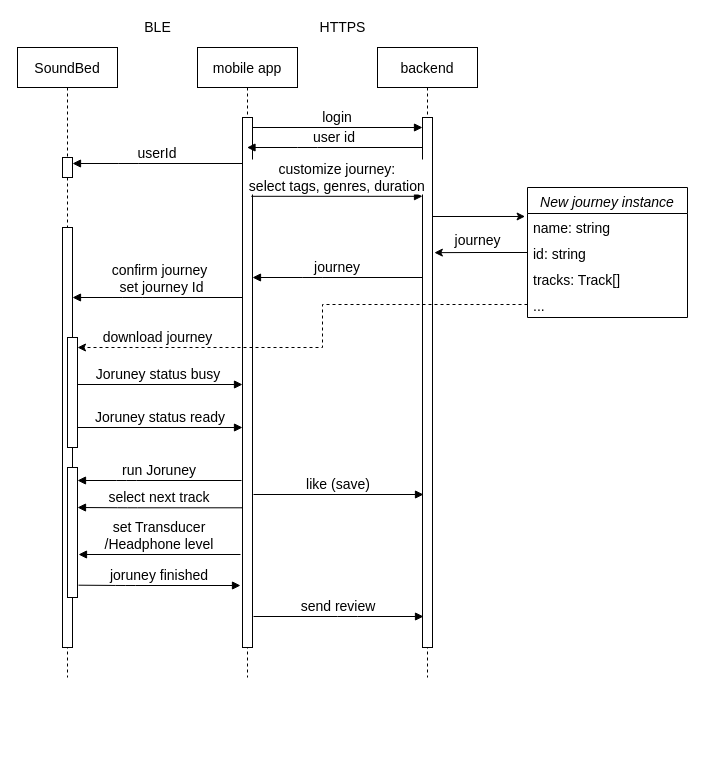
Earlier version of the draw.io diagram opus.drawio (zakharov-dy/diagrams). Source tidied: cells renumbered, new cells numbered last; positions are measured from the earlier drawing's top-left corner, leaving out a move shared by most shapes. Both pictures are drawn from the tidied source at 100%, with x=0, y=0 at pixel (17, 17).
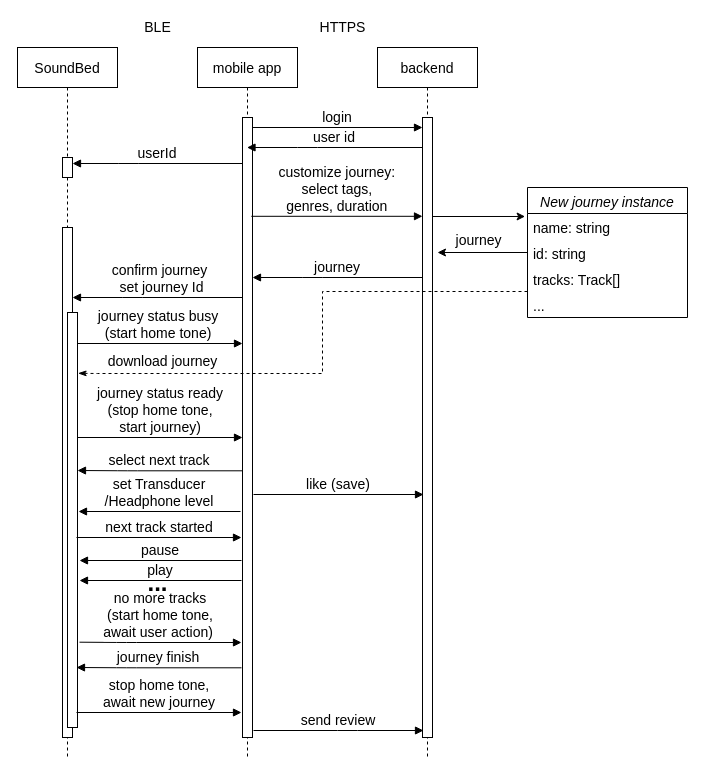
The same diagram, later.

The change refers to these unchanged cells:
```xml
<mxCell id="22" value="id: string&#10;...................." style="text;align=left;verticalAlign=top;spacingLeft=4;spacingRight=4;overflow=hidden;points=[[0,0.5],[1,0.5]];portConstraint=eastwest;rounded=0;shadow=0;html=0;fontSize=14;" parent="20" vertex="1">
  <mxGeometry y="52" width="160" height="26" as="geometry" />
</mxCell>
<mxCell id="24" value="..." style="text;align=left;verticalAlign=top;spacingLeft=4;spacingRight=4;overflow=hidden;points=[[0,0.5],[1,0.5]];portConstraint=eastwest;fontSize=14;" parent="20" vertex="1">
  <mxGeometry y="104" width="160" height="26" as="geometry" />
</mxCell>
```

The edit, as a diff of the source:
```diff
@@
     <mxCell id="2" value="SoundBed" style="shape=umlLifeline;perimeter=lifelinePerimeter;rounded=0;shadow=0;strokeWidth=1;fontSize=14;" parent="1" vertex="1">
-      <mxGeometry y="30" width="100" height="630" as="geometry" />
+      <mxGeometry y="30" width="100" height="710" as="geometry" />
     </mxCell>
     <mxCell id="3" style="perimeter=orthogonalPerimeter;rounded=0;shadow=0;strokeWidth=1;fontSize=14;" parent="2" vertex="1">
-      <mxGeometry x="45" y="180" width="10" height="420" as="geometry" />
+      <mxGeometry x="45" y="180" width="10" height="510" as="geometry" />
     </mxCell>
@@
-    <mxCell id="7" style="perimeter=orthogonalPerimeter;rounded=0;shadow=0;strokeWidth=1;fontSize=14;" parent="2" vertex="1">
-      <mxGeometry x="50" y="290" width="10" height="110" as="geometry" />
-    </mxCell>
     <mxCell id="8" value="mobile app" style="shape=umlLifeline;perimeter=lifelinePerimeter;rounded=0;shadow=0;strokeWidth=1;fontSize=14;" parent="1" vertex="1">
-      <mxGeometry x="180" y="30" width="100" height="630" as="geometry" />
+      <mxGeometry x="180" y="30" width="100" height="710" as="geometry" />
     </mxCell>
     <mxCell id="9" style="perimeter=orthogonalPerimeter;rounded=0;shadow=0;strokeWidth=1;fontSize=14;" parent="8" vertex="1">
-      <mxGeometry x="45" y="70" width="10" height="530" as="geometry" />
+      <mxGeometry x="45" y="70" width="10" height="620" as="geometry" />
     </mxCell>
-    <mxCell id="10" value="Joruney status busy " style="verticalAlign=bottom;endArrow=block;entryX=0;entryY=0;shadow=0;strokeWidth=1;fontSize=14;" parent="8" edge="1">
+    <mxCell id="10" value="journey status busy &#10;(start home tone) " style="verticalAlign=bottom;endArrow=block;entryX=0;entryY=0;shadow=0;strokeWidth=1;fontSize=14;" parent="8" edge="1">
       <mxGeometry relative="1" as="geometry">
-        <mxPoint x="-120" y="337" as="sourcePoint" />
-        <mxPoint x="45" y="337" as="targetPoint" />
+        <mxPoint x="-120" y="296" as="sourcePoint" />
+        <mxPoint x="45" y="296" as="targetPoint" />
       </mxGeometry>
     </mxCell>
     <mxCell id="11" value="select next track" style="verticalAlign=bottom;endArrow=block;shadow=0;strokeWidth=1;fontSize=14;" parent="8" edge="1">
       <mxGeometry relative="1" as="geometry">
-        <mxPoint x="45" y="460.3" as="sourcePoint" />
-        <mxPoint x="-120" y="460" as="targetPoint" />
+        <mxPoint x="45" y="423.3" as="sourcePoint" />
+        <mxPoint x="-120" y="423" as="targetPoint" />
         <Array as="points">
-          <mxPoint x="-69.9" y="460.3" />
+          <mxPoint x="-69.9" y="423.3" />
         </Array>
       </mxGeometry>
     </mxCell>
+    <mxCell id="27" value="&lt;span style=&quot;background-color: rgb(255, 255, 255); font-size: 14px;&quot;&gt;download journey&lt;/span&gt;&lt;br style=&quot;padding: 0px; margin: 0px; font-size: 14px;&quot;&gt;" style="text;html=1;align=center;verticalAlign=middle;strokeColor=none;fillColor=none;fontSize=14;" parent="8" vertex="1">
+      <mxGeometry x="-100" y="304" width="130" height="20" as="geometry" />
+    </mxCell>
+    <mxCell id="28" value="journey status ready&#10;(stop home tone, &#10;start journey)" style="verticalAlign=bottom;endArrow=block;entryX=0;entryY=0;shadow=0;strokeWidth=1;fontSize=14;" parent="8" edge="1">
+      <mxGeometry relative="1" as="geometry">
+        <mxPoint x="-120" y="390" as="sourcePoint" />
+        <mxPoint x="45" y="390" as="targetPoint" />
+      </mxGeometry>
+    </mxCell>
     <mxCell id="12" value="backend" style="shape=umlLifeline;perimeter=lifelinePerimeter;rounded=0;shadow=0;strokeWidth=1;fontSize=14;" parent="1" vertex="1">
-      <mxGeometry x="360" y="30" width="100" height="630" as="geometry" />
+      <mxGeometry x="360" y="30" width="100" height="710" as="geometry" />
     </mxCell>
     <mxCell id="13" style="points=[];perimeter=orthogonalPerimeter;rounded=0;shadow=0;strokeWidth=1;fontSize=14;" parent="12" vertex="1">
-      <mxGeometry x="45" y="70" width="10" height="530" as="geometry" />
+      <mxGeometry x="45" y="70" width="10" height="620" as="geometry" />
     </mxCell>
@@
-    <mxCell id="18" value="customize journey: &#10;select tags, genres, duration" style="verticalAlign=bottom;endArrow=block;shadow=0;strokeWidth=1;exitX=0.877;exitY=0.427;exitDx=0;exitDy=0;exitPerimeter=0;fontSize=14;" parent="1" edge="1">
+    <mxCell id="18" value="customize journey: &#10;select tags, &#10;genres, duration" style="verticalAlign=bottom;endArrow=block;shadow=0;strokeWidth=1;exitX=0.877;exitY=0.427;exitDx=0;exitDy=0;exitPerimeter=0;fontSize=14;" parent="1" edge="1">
       <mxGeometry relative="1" as="geometry">
-        <mxPoint x="233.8" y="178.8" as="sourcePoint" />
-        <mxPoint x="405" y="178.8" as="targetPoint" />
+        <mxPoint x="233.8" y="198.8" as="sourcePoint" />
+        <mxPoint x="405" y="198.8" as="targetPoint" />
       </mxGeometry>
     </mxCell>
@@
-    <mxCell id="26" style="edgeStyle=orthogonalEdgeStyle;rounded=0;jettySize=auto;html=1;exitX=0;exitY=0.5;exitDx=0;exitDy=0;fontSize=14;dashed=1;" parent="1" edge="1" source="24">
-      <mxGeometry relative="1" as="geometry">
-        <mxPoint x="60" y="330" as="targetPoint" />
-        <Array as="points">
-          <mxPoint x="305" y="287" />
-          <mxPoint x="305" y="330" />
-        </Array>
-      </mxGeometry>
-    </mxCell>
-    <mxCell id="27" value="&lt;span style=&quot;background-color: rgb(255, 255, 255); font-size: 14px;&quot;&gt;download journey&lt;/span&gt;&lt;br style=&quot;padding: 0px; margin: 0px; font-size: 14px;&quot;&gt;" style="text;html=1;align=center;verticalAlign=middle;strokeColor=none;fillColor=none;fontSize=14;" parent="1" vertex="1">
-      <mxGeometry x="75" y="310" width="130" height="20" as="geometry" />
-    </mxCell>
-    <mxCell id="28" value="Joruney status ready" style="verticalAlign=bottom;endArrow=block;entryX=0;entryY=0;shadow=0;strokeWidth=1;fontSize=14;" parent="1" edge="1">
-      <mxGeometry relative="1" as="geometry">
-        <mxPoint x="60" y="410" as="sourcePoint" />
-        <mxPoint x="225" y="410" as="targetPoint" />
-      </mxGeometry>
-    </mxCell>
-    <mxCell id="29" style="edgeStyle=orthogonalEdgeStyle;rounded=0;jettySize=auto;html=1;exitX=0;exitY=0.5;exitDx=0;exitDy=0;entryX=1.185;entryY=0.255;entryDx=0;entryDy=0;entryPerimeter=0;fontSize=14;" parent="1" edge="1" source="22" target="13">
-      <mxGeometry relative="1" as="geometry" />
+    <mxCell id="29" style="edgeStyle=orthogonalEdgeStyle;rounded=0;jettySize=auto;html=1;exitX=0;exitY=0.5;exitDx=0;exitDy=0;fontSize=14;" parent="1" edge="1" source="22">
+      <mxGeometry relative="1" as="geometry">
+        <mxPoint x="420" y="235" as="targetPoint" />
+      </mxGeometry>
     </mxCell>
@@
-    <mxCell id="31" style="perimeter=orthogonalPerimeter;rounded=0;shadow=0;strokeWidth=1;fontSize=14;" parent="1" vertex="1">
-      <mxGeometry x="50" y="450" width="10" height="130" as="geometry" />
-    </mxCell>
-    <mxCell id="32" value="run Joruney" style="verticalAlign=bottom;endArrow=block;shadow=0;strokeWidth=1;fontSize=14;" parent="1" edge="1">
-      <mxGeometry relative="1" as="geometry">
-        <mxPoint x="224" y="463" as="sourcePoint" />
-        <mxPoint x="60" y="463" as="targetPoint" />
-        <Array as="points">
-          <mxPoint x="109.1" y="463" />
-        </Array>
-      </mxGeometry>
-    </mxCell>
     <mxCell id="33" value="set Transducer&#10;/Headphone level" style="verticalAlign=bottom;endArrow=block;shadow=0;strokeWidth=1;startArrow=none;fontSize=14;" parent="1" edge="1">
       <mxGeometry relative="1" as="geometry">
-        <mxPoint x="223" y="537" as="sourcePoint" />
-        <mxPoint x="61" y="537" as="targetPoint" />
+        <mxPoint x="223" y="494" as="sourcePoint" />
+        <mxPoint x="61" y="494" as="targetPoint" />
       </mxGeometry>
     </mxCell>
-    <mxCell id="34" value="joruney finished" style="verticalAlign=bottom;endArrow=none;shadow=0;strokeWidth=1;entryX=1.2;entryY=0.07;entryDx=0;entryDy=0;entryPerimeter=0;startArrow=block;startFill=1;endFill=0;fontSize=14;" parent="1" edge="1">
+    <mxCell id="34" value="no more tracks&#10;(start home tone, &#10;await user action) " style="verticalAlign=bottom;endArrow=none;shadow=0;strokeWidth=1;entryX=1.2;entryY=0.07;entryDx=0;entryDy=0;entryPerimeter=0;startArrow=block;startFill=1;endFill=0;fontSize=14;" parent="1" edge="1">
       <mxGeometry relative="1" as="geometry">
-        <mxPoint x="223" y="568" as="sourcePoint" />
-        <mxPoint x="61" y="567.7" as="targetPoint" />
+        <mxPoint x="224" y="625" as="sourcePoint" />
+        <mxPoint x="62" y="624.7" as="targetPoint" />
         <Array as="points">
-          <mxPoint x="108.1" y="568" />
+          <mxPoint x="109.1" y="625" />
         </Array>
       </mxGeometry>
     </mxCell>
@@
     <mxCell id="36" value="send review" style="verticalAlign=bottom;endArrow=block;entryX=0;entryY=0;shadow=0;strokeWidth=1;fontSize=14;" parent="1" edge="1">
       <mxGeometry relative="1" as="geometry">
-        <mxPoint x="236" y="599" as="sourcePoint" />
-        <mxPoint x="406" y="599" as="targetPoint" />
+        <mxPoint x="236" y="713" as="sourcePoint" />
+        <mxPoint x="406" y="713" as="targetPoint" />
         <Array as="points">
-          <mxPoint x="330" y="599" />
+          <mxPoint x="330" y="713" />
         </Array>
       </mxGeometry>
     </mxCell>
+    <mxCell id="7" style="perimeter=orthogonalPerimeter;rounded=0;shadow=0;strokeWidth=1;fontSize=14;" parent="1" vertex="1">
+      <mxGeometry x="50" y="295" width="10" height="415" as="geometry" />
+    </mxCell>
+    <mxCell id="37" style="edgeStyle=orthogonalEdgeStyle;rounded=0;orthogonalLoop=1;jettySize=auto;html=1;exitX=0;exitY=0.5;exitDx=0;exitDy=0;fontSize=14;dashed=1;endArrow=classicThin;startArrow=none;startFill=0;endFill=1;entryX=1.062;entryY=0.527;entryDx=0;entryDy=0;entryPerimeter=0;" parent="1" edge="1">
+      <mxGeometry relative="1" as="geometry">
+        <mxPoint x="510" y="274" as="sourcePoint" />
+        <mxPoint x="60.6" y="355.8" as="targetPoint" />
+        <Array as="points">
+          <mxPoint x="305" y="274" />
+          <mxPoint x="305" y="356" />
+          <mxPoint x="80" y="356" />
+        </Array>
+      </mxGeometry>
+    </mxCell>
+    <mxCell id="38" value="journey finish" style="verticalAlign=bottom;endArrow=block;shadow=0;strokeWidth=1;fontSize=14;" parent="1" edge="1">
+      <mxGeometry relative="1" as="geometry">
+        <mxPoint x="224" y="650.3" as="sourcePoint" />
+        <mxPoint x="59" y="650" as="targetPoint" />
+        <Array as="points">
+          <mxPoint x="109.1" y="650.3" />
+        </Array>
+      </mxGeometry>
+    </mxCell>
+    <mxCell id="39" value="stop home tone, &#10;await new journey" style="verticalAlign=bottom;endArrow=block;entryX=0;entryY=0;shadow=0;strokeWidth=1;fontSize=14;" parent="1" edge="1">
+      <mxGeometry relative="1" as="geometry">
+        <mxPoint x="59" y="695" as="sourcePoint" />
+        <mxPoint x="224" y="695" as="targetPoint" />
+      </mxGeometry>
+    </mxCell>
+    <mxCell id="40" value="pause" style="verticalAlign=bottom;endArrow=block;shadow=0;strokeWidth=1;startArrow=none;fontSize=14;" parent="1" edge="1">
+      <mxGeometry relative="1" as="geometry">
+        <mxPoint x="224" y="543" as="sourcePoint" />
+        <mxPoint x="62" y="543" as="targetPoint" />
+      </mxGeometry>
+    </mxCell>
+    <mxCell id="41" value="play" style="verticalAlign=bottom;endArrow=block;shadow=0;strokeWidth=1;startArrow=none;fontSize=14;" parent="1" edge="1">
+      <mxGeometry relative="1" as="geometry">
+        <mxPoint x="224" y="563" as="sourcePoint" />
+        <mxPoint x="62" y="563" as="targetPoint" />
+      </mxGeometry>
+    </mxCell>
+    <mxCell id="42" value="..." style="text;strokeColor=none;fillColor=none;html=1;fontSize=24;fontStyle=1;verticalAlign=middle;align=center;" parent="1" vertex="1">
+      <mxGeometry x="90" y="546" width="100" height="40" as="geometry" />
+    </mxCell>
+    <mxCell id="43" value="next track started" style="verticalAlign=bottom;endArrow=block;entryX=0;entryY=0;shadow=0;strokeWidth=1;fontSize=14;" parent="1" edge="1">
+      <mxGeometry relative="1" as="geometry">
+        <mxPoint x="59" y="520" as="sourcePoint" />
+        <mxPoint x="224" y="520" as="targetPoint" />
+      </mxGeometry>
+    </mxCell>
```
